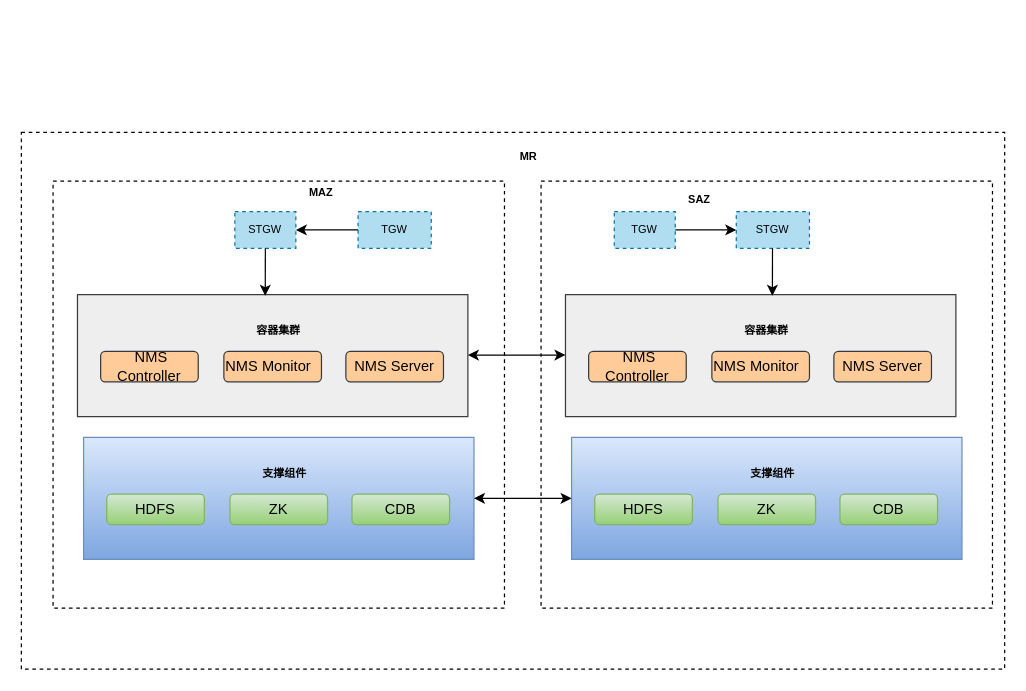
Before: page "NMS-部署" (2 of 7) of 通用查询.drawio in modelsim71/chart, a draw.io diagram. Source tidied: cells renumbered, new cells numbered last; positions are measured from the earlier drawing's top-left corner, leaving out a move shared by most shapes. Both pictures are drawn from the tidied source at 122%, with x=0, y=0 at pixel (21, 132).
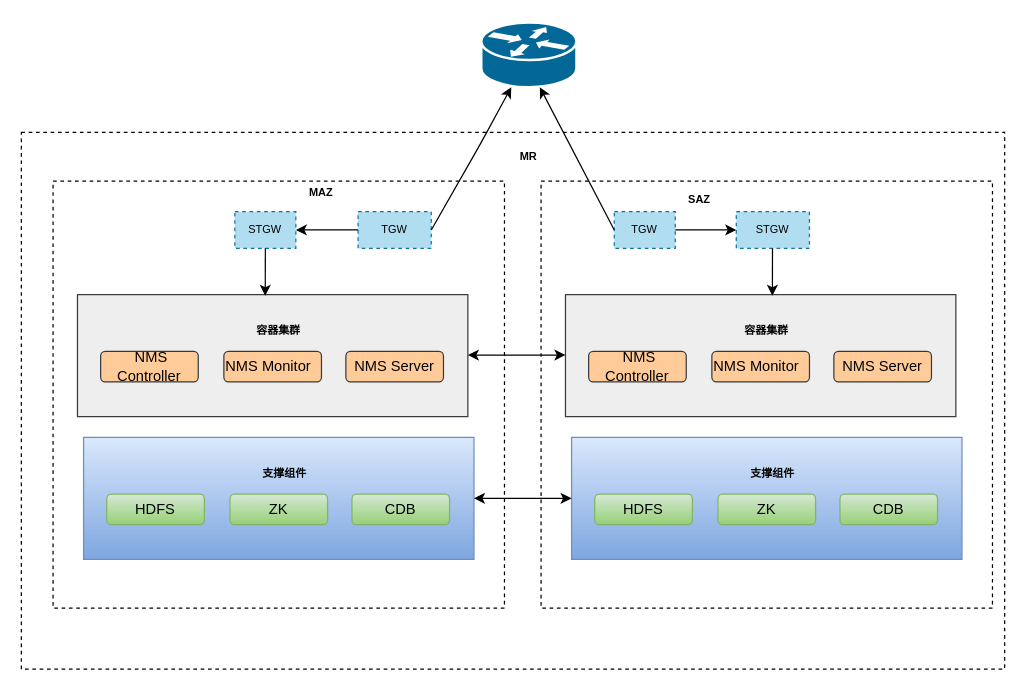
After the change.

The change refers to these unchanged cells:
```xml
<mxCell id="8" value="TGW" style="rounded=0;whiteSpace=wrap;html=1;shadow=0;dashed=1;labelBackgroundColor=none;sketch=0;fillColor=#b1ddf0;fontSize=9;strokeColor=#10739e;" parent="1" vertex="1">
  <mxGeometry x="276" y="65" width="60" height="30" as="geometry" />
</mxCell>
<mxCell id="23" value="TGW" style="rounded=0;whiteSpace=wrap;html=1;shadow=0;dashed=1;labelBackgroundColor=none;sketch=0;fillColor=#b1ddf0;fontSize=9;strokeColor=#10739e;" parent="1" vertex="1">
  <mxGeometry x="486" y="65" width="50" height="30" as="geometry" />
</mxCell>
```

Change to the diagram source:
```diff
@@
+    <mxCell id="38" style="shape=mxgraph.cisco.routers.router;html=1;dashed=0;fillColor=#036897;strokeColor=#ffffff;strokeWidth=2;verticalLabelPosition=bottom;verticalAlign=top;align=center;outlineConnect=0;rounded=0;shadow=0;labelBackgroundColor=none;sketch=0;fontSize=9;fontColor=#000000;" parent="1" vertex="1">
+      <mxGeometry x="377" y="-90" width="78" height="53" as="geometry" />
+    </mxCell>
+    <mxCell id="39" style="endArrow=classic;html=1;shadow=0;fontSize=9;fontColor=#000000;exitX=1;exitY=0.5;exitDx=0;exitDy=0;" parent="1" edge="1" source="8" target="38">
+      <mxGeometry relative="1" as="geometry">
+        <Array as="points">
+          <mxPoint x="376" y="10" />
+        </Array>
+      </mxGeometry>
+    </mxCell>
+    <mxCell id="40" style="endArrow=classic;html=1;shadow=0;fontSize=9;fontColor=#000000;exitX=0;exitY=0.5;exitDx=0;exitDy=0;" parent="1" edge="1" source="23">
+      <mxGeometry relative="1" as="geometry">
+        <mxPoint x="425" y="-37" as="targetPoint" />
+      </mxGeometry>
+    </mxCell>
```
